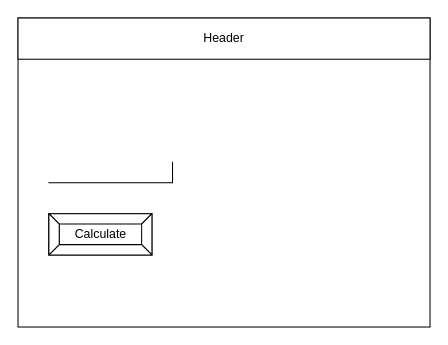
Before: design/story-board.drawio in Justin-Lavoie16/Unit-6-03-JS, a draw.io diagram. Source tidied: cells renumbered, new cells numbered last; positions are measured from the earlier drawing's top-left corner, leaving out a move shared by most shapes. Both pictures are drawn from the tidied source at 103%, with x=0, y=0 at pixel (18, 18).
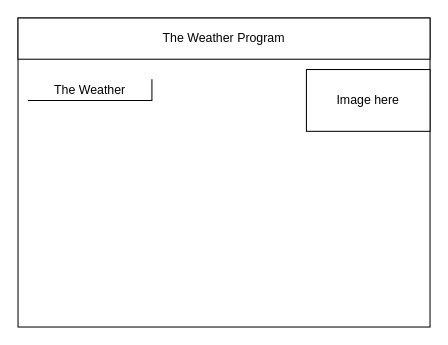
Above is the later version.

Diff of the diagram source:
```diff
@@
 <mxGraphModel>
   <root>
     <mxCell id="0" />
     <mxCell id="1" parent="0" />
     <mxCell id="2" style="rounded=0;whiteSpace=wrap;html=1;" parent="1" vertex="1">
       <mxGeometry width="400" height="300" as="geometry" />
     </mxCell>
-    <mxCell id="3" value="Header" style="rounded=0;whiteSpace=wrap;html=1;" parent="1" vertex="1">
+    <mxCell id="3" value="The Weather Program" style="rounded=0;whiteSpace=wrap;html=1;" parent="1" vertex="1">
       <mxGeometry width="400" height="40" as="geometry" />
     </mxCell>
-    <mxCell id="4" style="shape=partialRectangle;whiteSpace=wrap;html=1;top=0;left=0;fillColor=none;" parent="1" vertex="1">
-      <mxGeometry x="30" y="140" width="120" height="20" as="geometry" />
+    <mxCell id="4" value="The Weather" style="shape=partialRectangle;whiteSpace=wrap;html=1;top=0;left=0;fillColor=none;" parent="1" vertex="1">
+      <mxGeometry x="10" y="60" width="120" height="20" as="geometry" />
     </mxCell>
-    <mxCell id="5" value="Calculate" style="labelPosition=center;verticalLabelPosition=middle;align=center;html=1;shape=mxgraph.basic.button;dx=10;" parent="1" vertex="1">
-      <mxGeometry x="30" y="190" width="100" height="40" as="geometry" />
+    <mxCell id="5" value="Image here" style="whiteSpace=wrap;html=1;" parent="1" vertex="1">
+      <mxGeometry x="280" y="50" width="120" height="60" as="geometry" />
     </mxCell>
   </root>
 </mxGraphModel>
```
